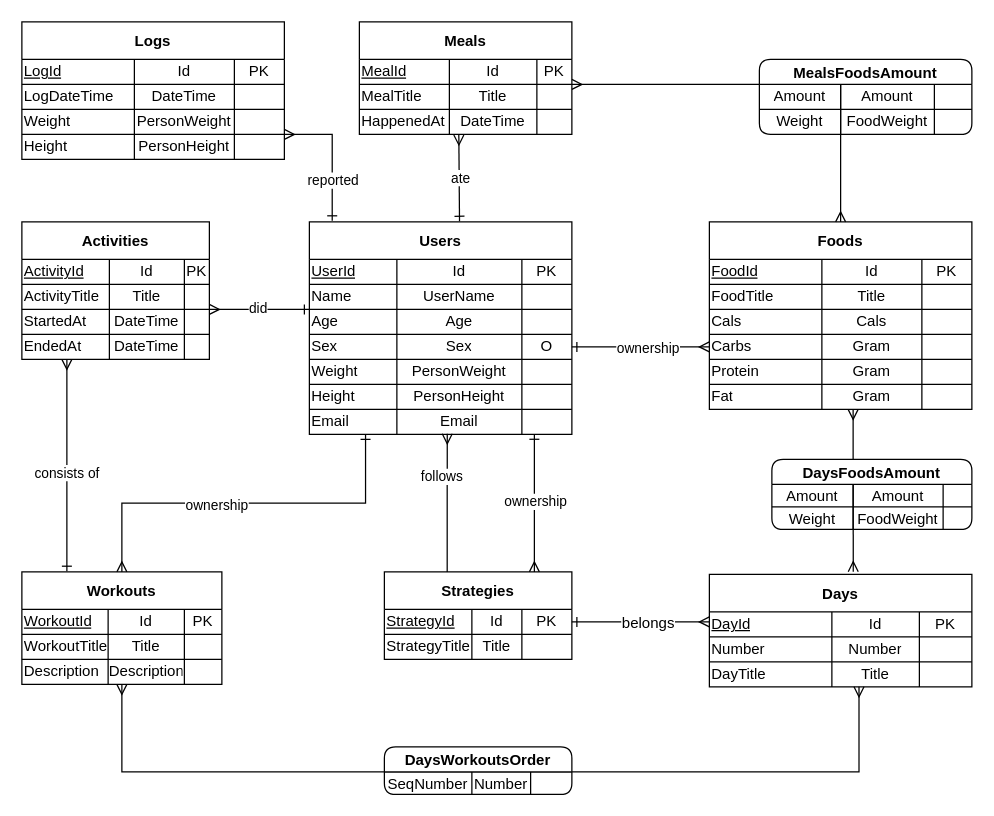
Above: erm.drawio in Emgariko/dbms-project (draw.io), before the change. Source tidied: cells renumbered, new cells numbered last; positions are measured from the earlier drawing's top-left corner, leaving out a move shared by most shapes. Both pictures are drawn from the tidied source at 125%, with x=0, y=0 at pixel (21, 21).
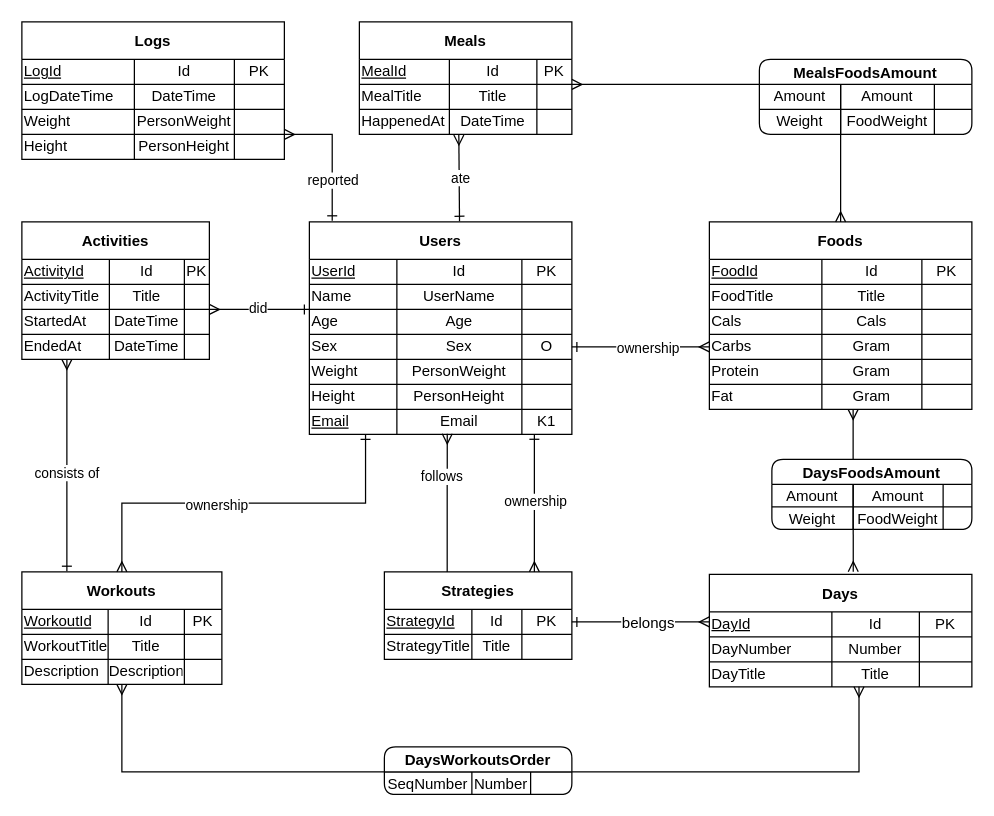
Above is the later version.

The change refers to these unchanged cells:
```xml
<mxCell id="7" style="shape=tableRow;horizontal=0;startSize=0;swimlaneHead=0;swimlaneBody=0;top=0;left=0;bottom=0;right=0;fillColor=none;html=0;" parent="2" vertex="1">
  <mxGeometry y="50" width="210" height="20" as="geometry" />
</mxCell>
<mxCell id="48" style="shape=tableRow;horizontal=0;startSize=0;swimlaneHead=0;swimlaneBody=0;top=0;left=0;bottom=0;right=0;fillColor=none;points=[[0,0.5],[1,0.5]];portConstraint=eastwest;html=0;" parent="23" vertex="1">
  <mxGeometry y="150" width="210" height="20" as="geometry" />
</mxCell>
```

Diff of the diagram source:
```diff
@@
-    <mxCell id="8" value="Number" style="shape=partialRectangle;html=1;whiteSpace=wrap;fillColor=none;top=0;left=0;bottom=0;right=0;overflow=hidden;align=left;" parent="7" vertex="1">
+    <mxCell id="8" value="DayNumber" style="shape=partialRectangle;html=1;whiteSpace=wrap;fillColor=none;top=0;left=0;bottom=0;right=0;overflow=hidden;align=left;" parent="7" vertex="1">
       <mxGeometry width="98" height="20" as="geometry" />
     </mxCell>
@@
-    <mxCell id="49" value="Email" style="shape=partialRectangle;html=1;whiteSpace=wrap;fillColor=none;top=0;left=0;bottom=0;right=0;overflow=hidden;align=left;" parent="48" vertex="1">
+    <mxCell id="49" value="&lt;u&gt;Email&lt;/u&gt;" style="shape=partialRectangle;html=1;whiteSpace=wrap;fillColor=none;top=0;left=0;bottom=0;right=0;overflow=hidden;align=left;" parent="48" vertex="1">
       <mxGeometry width="70" height="20" as="geometry" />
     </mxCell>
@@
-    <mxCell id="51" style="shape=partialRectangle;html=1;whiteSpace=wrap;fillColor=none;top=0;left=0;bottom=0;right=0;overflow=hidden;" parent="48" vertex="1">
+    <mxCell id="51" value="K1" style="shape=partialRectangle;html=1;whiteSpace=wrap;fillColor=none;top=0;left=0;bottom=0;right=0;overflow=hidden;" parent="48" vertex="1">
       <mxGeometry x="170" width="40" height="20" as="geometry" />
     </mxCell>
```
